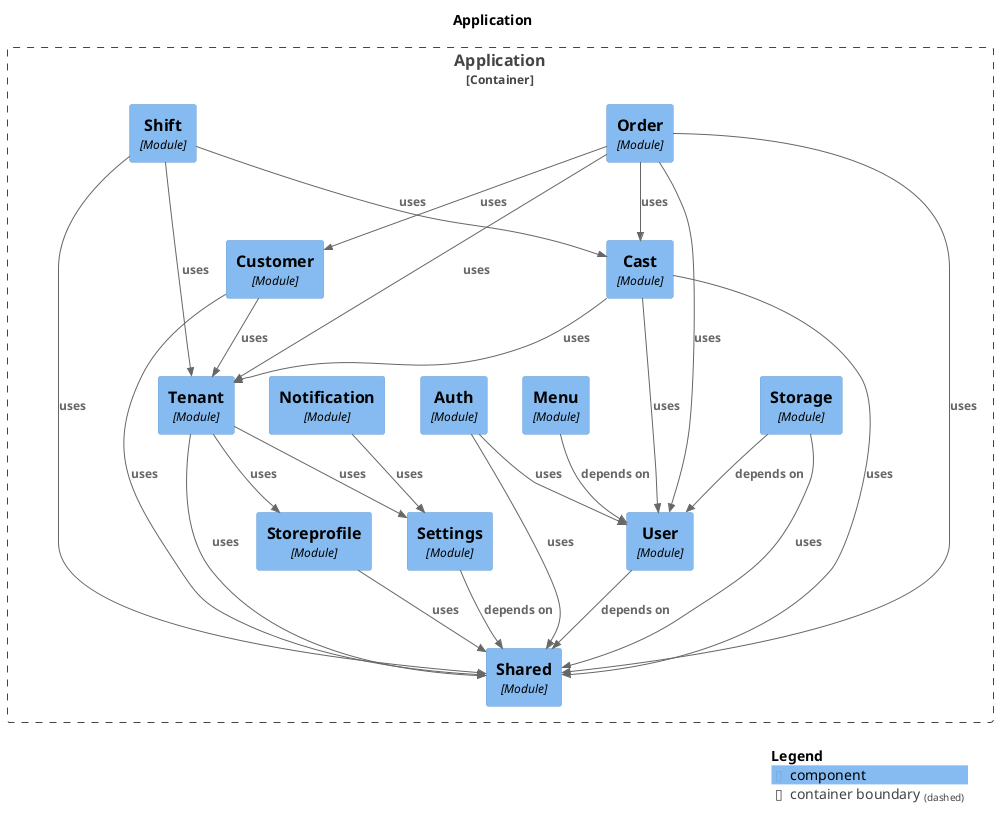
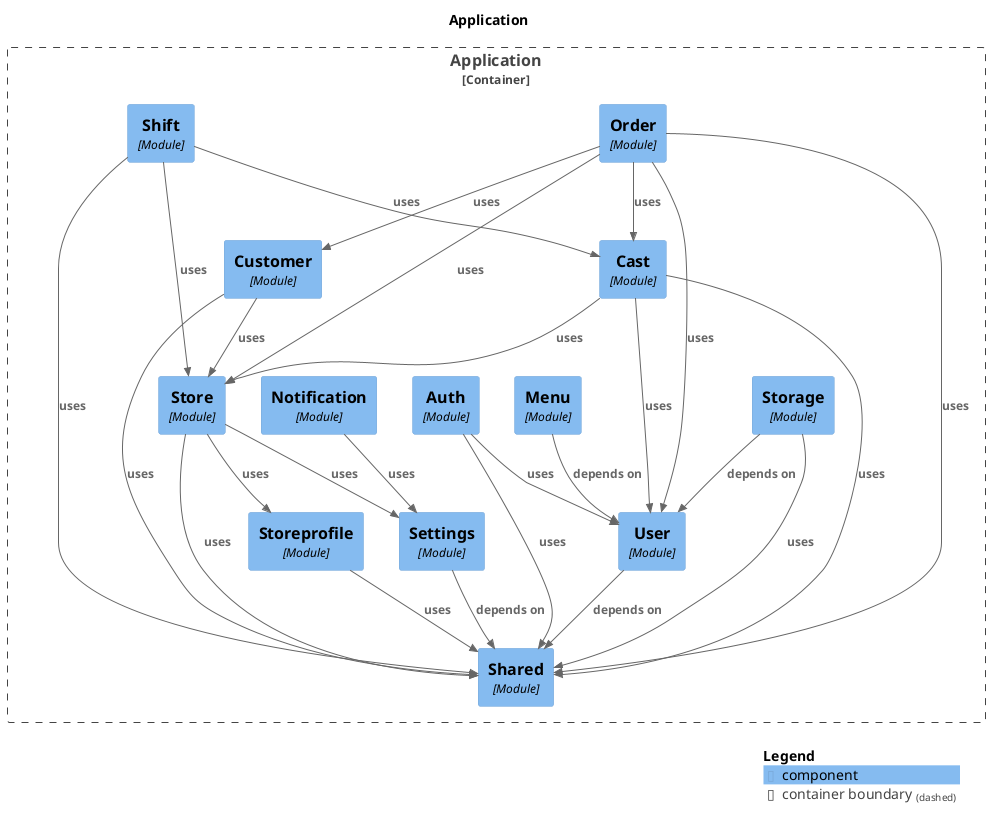
@startuml
set separator none
title Application

top to bottom direction

!include <C4/C4>
!include <C4/C4_Context>
!include <C4/C4_Component>

Container_Boundary("Application.Application_boundary", "Application", $tags="") {
  Component(Application.Application.Storage, "Storage", $techn="Module", $descr="", $tags="", $link="")
-   Component(Application.Application.Tenant, "Tenant", $techn="Module", $descr="", $tags="", $link="")
+   Component(Application.Application.Store, "Store", $techn="Module", $descr="", $tags="", $link="")
  Component(Application.Application.Cast, "Cast", $techn="Module", $descr="", $tags="", $link="")
  Component(Application.Application.Customer, "Customer", $techn="Module", $descr="", $tags="", $link="")
  Component(Application.Application.Order, "Order", $techn="Module", $descr="", $tags="", $link="")
  Component(Application.Application.Shift, "Shift", $techn="Module", $descr="", $tags="", $link="")
  Component(Application.Application.Shared, "Shared", $techn="Module", $descr="", $tags="", $link="")
  Component(Application.Application.Settings, "Settings", $techn="Module", $descr="", $tags="", $link="")
  Component(Application.Application.Storeprofile, "Storeprofile", $techn="Module", $descr="", $tags="", $link="")
  Component(Application.Application.User, "User", $techn="Module", $descr="", $tags="", $link="")
  Component(Application.Application.Auth, "Auth", $techn="Module", $descr="", $tags="", $link="")
  Component(Application.Application.Menu, "Menu", $techn="Module", $descr="", $tags="", $link="")
  Component(Application.Application.Notification, "Notification", $techn="Module", $descr="", $tags="", $link="")
}

Rel(Application.Application.Settings, Application.Application.Shared, "depends on", $techn="", $tags="", $link="")
Rel(Application.Application.Auth, Application.Application.User, "uses", $techn="", $tags="", $link="")
Rel(Application.Application.Auth, Application.Application.Shared, "uses", $techn="", $tags="", $link="")
Rel(Application.Application.Menu, Application.Application.User, "depends on", $techn="", $tags="", $link="")
Rel(Application.Application.Notification, Application.Application.Settings, "uses", $techn="", $tags="", $link="")
Rel(Application.Application.Storage, Application.Application.User, "depends on", $techn="", $tags="", $link="")
Rel(Application.Application.Storage, Application.Application.Shared, "uses", $techn="", $tags="", $link="")
Rel(Application.Application.Cast, Application.Application.Shared, "uses", $techn="", $tags="", $link="")
Rel(Application.Application.Cast, Application.Application.User, "uses", $techn="", $tags="", $link="")
- Rel(Application.Application.Cast, Application.Application.Tenant, "uses", $techn="", $tags="", $link="")
- Rel(Application.Application.Tenant, Application.Application.Storeprofile, "uses", $techn="", $tags="", $link="")
- Rel(Application.Application.Tenant, Application.Application.Settings, "uses", $techn="", $tags="", $link="")
- Rel(Application.Application.Tenant, Application.Application.Shared, "uses", $techn="", $tags="", $link="")
+ Rel(Application.Application.Cast, Application.Application.Store, "uses", $techn="", $tags="", $link="")
+ Rel(Application.Application.Store, Application.Application.Storeprofile, "uses", $techn="", $tags="", $link="")
+ Rel(Application.Application.Store, Application.Application.Settings, "uses", $techn="", $tags="", $link="")
+ Rel(Application.Application.Store, Application.Application.Shared, "uses", $techn="", $tags="", $link="")
Rel(Application.Application.Customer, Application.Application.Shared, "uses", $techn="", $tags="", $link="")
- Rel(Application.Application.Customer, Application.Application.Tenant, "uses", $techn="", $tags="", $link="")
+ Rel(Application.Application.Customer, Application.Application.Store, "uses", $techn="", $tags="", $link="")
Rel(Application.Application.User, Application.Application.Shared, "depends on", $techn="", $tags="", $link="")
Rel(Application.Application.Order, Application.Application.Customer, "uses", $techn="", $tags="", $link="")
Rel(Application.Application.Order, Application.Application.Cast, "uses", $techn="", $tags="", $link="")
Rel(Application.Application.Order, Application.Application.User, "uses", $techn="", $tags="", $link="")
- Rel(Application.Application.Order, Application.Application.Tenant, "uses", $techn="", $tags="", $link="")
+ Rel(Application.Application.Order, Application.Application.Store, "uses", $techn="", $tags="", $link="")
Rel(Application.Application.Order, Application.Application.Shared, "uses", $techn="", $tags="", $link="")
Rel(Application.Application.Shift, Application.Application.Shared, "uses", $techn="", $tags="", $link="")
- Rel(Application.Application.Shift, Application.Application.Tenant, "uses", $techn="", $tags="", $link="")
+ Rel(Application.Application.Shift, Application.Application.Store, "uses", $techn="", $tags="", $link="")
Rel(Application.Application.Shift, Application.Application.Cast, "uses", $techn="", $tags="", $link="")
Rel(Application.Application.Storeprofile, Application.Application.Shared, "uses", $techn="", $tags="", $link="")

SHOW_LEGEND(true)
@enduml